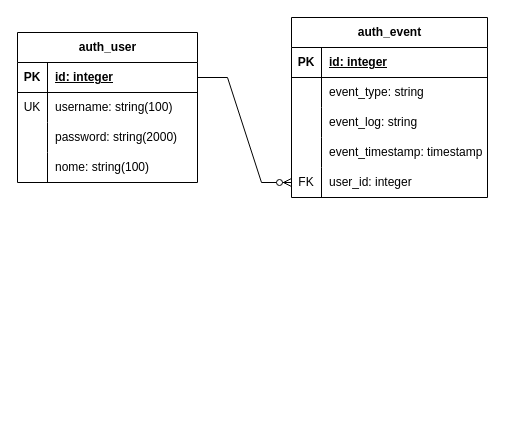
This is page "DatabaseDiagram" (1 of 2) of docs/database_diagram.drawio from attiquetecnologia/flaskmvc, a draw.io file, before an edit. Source tidied: cells renumbered, new cells numbered last; positions are measured from the earlier drawing's top-left corner, leaving out a move shared by most shapes. Both pictures are drawn from the tidied source at 100%, with x=0, y=0 at pixel (17, 17).
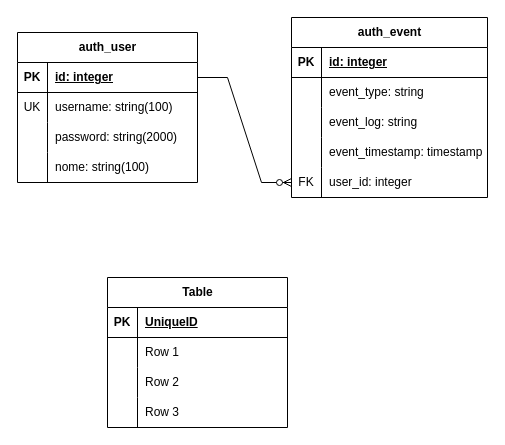
After the change.

Change to the diagram source:
```diff
@@
+    <mxCell id="32" value="Table" style="shape=table;startSize=30;childLayout=tableLayout;rowLines=0;fontStyle=1;align=center;html=1;" parent="1" vertex="1">
+      <mxGeometry x="90" y="260" width="180" height="150" as="geometry" />
+    </mxCell>
+    <mxCell id="33" style="shape=tableRow;horizontal=0;startSize=0;swimlaneHead=0;swimlaneBody=0;fillColor=none;top=0;left=0;right=0;bottom=1;" parent="32" vertex="1">
+      <mxGeometry y="30" width="180" height="30" as="geometry" />
+    </mxCell>
+    <mxCell id="34" value="PK" style="shape=partialRectangle;fillColor=none;top=0;left=0;bottom=0;right=0;fontStyle=1;overflow=hidden;whiteSpace=wrap;html=1;" parent="33" vertex="1">
+      <mxGeometry width="30" height="30" as="geometry" />
+    </mxCell>
+    <mxCell id="35" value="UniqueID" style="shape=partialRectangle;fillColor=none;top=0;left=0;bottom=0;right=0;align=left;spacingLeft=6;fontStyle=5;overflow=hidden;whiteSpace=wrap;html=1;" parent="33" vertex="1">
+      <mxGeometry x="30" width="150" height="30" as="geometry" />
+    </mxCell>
+    <mxCell id="36" style="shape=tableRow;horizontal=0;startSize=0;swimlaneHead=0;swimlaneBody=0;fillColor=none;top=0;left=0;right=0;bottom=0;" parent="32" vertex="1">
+      <mxGeometry y="60" width="180" height="30" as="geometry" />
+    </mxCell>
+    <mxCell id="37" style="shape=partialRectangle;fillColor=none;top=0;left=0;bottom=0;right=0;overflow=hidden;whiteSpace=wrap;html=1;" parent="36" vertex="1">
+      <mxGeometry width="30" height="30" as="geometry" />
+    </mxCell>
+    <mxCell id="38" value="Row 1" style="shape=partialRectangle;fillColor=none;top=0;left=0;bottom=0;right=0;align=left;spacingLeft=6;overflow=hidden;whiteSpace=wrap;html=1;" parent="36" vertex="1">
+      <mxGeometry x="30" width="150" height="30" as="geometry" />
+    </mxCell>
+    <mxCell id="39" style="shape=tableRow;horizontal=0;startSize=0;swimlaneHead=0;swimlaneBody=0;fillColor=none;top=0;left=0;right=0;bottom=0;" parent="32" vertex="1">
+      <mxGeometry y="90" width="180" height="30" as="geometry" />
+    </mxCell>
+    <mxCell id="40" style="shape=partialRectangle;fillColor=none;top=0;left=0;bottom=0;right=0;overflow=hidden;whiteSpace=wrap;html=1;" parent="39" vertex="1">
+      <mxGeometry width="30" height="30" as="geometry" />
+    </mxCell>
+    <mxCell id="41" value="Row 2" style="shape=partialRectangle;fillColor=none;top=0;left=0;bottom=0;right=0;align=left;spacingLeft=6;overflow=hidden;whiteSpace=wrap;html=1;" parent="39" vertex="1">
+      <mxGeometry x="30" width="150" height="30" as="geometry" />
+    </mxCell>
+    <mxCell id="42" style="shape=tableRow;horizontal=0;startSize=0;swimlaneHead=0;swimlaneBody=0;fillColor=none;top=0;left=0;right=0;bottom=0;" parent="32" vertex="1">
+      <mxGeometry y="120" width="180" height="30" as="geometry" />
+    </mxCell>
+    <mxCell id="43" style="shape=partialRectangle;fillColor=none;top=0;left=0;bottom=0;right=0;overflow=hidden;whiteSpace=wrap;html=1;" parent="42" vertex="1">
+      <mxGeometry width="30" height="30" as="geometry" />
+    </mxCell>
+    <mxCell id="44" value="Row 3" style="shape=partialRectangle;fillColor=none;top=0;left=0;bottom=0;right=0;align=left;spacingLeft=6;overflow=hidden;whiteSpace=wrap;html=1;" parent="42" vertex="1">
+      <mxGeometry x="30" width="150" height="30" as="geometry" />
+    </mxCell>
```
